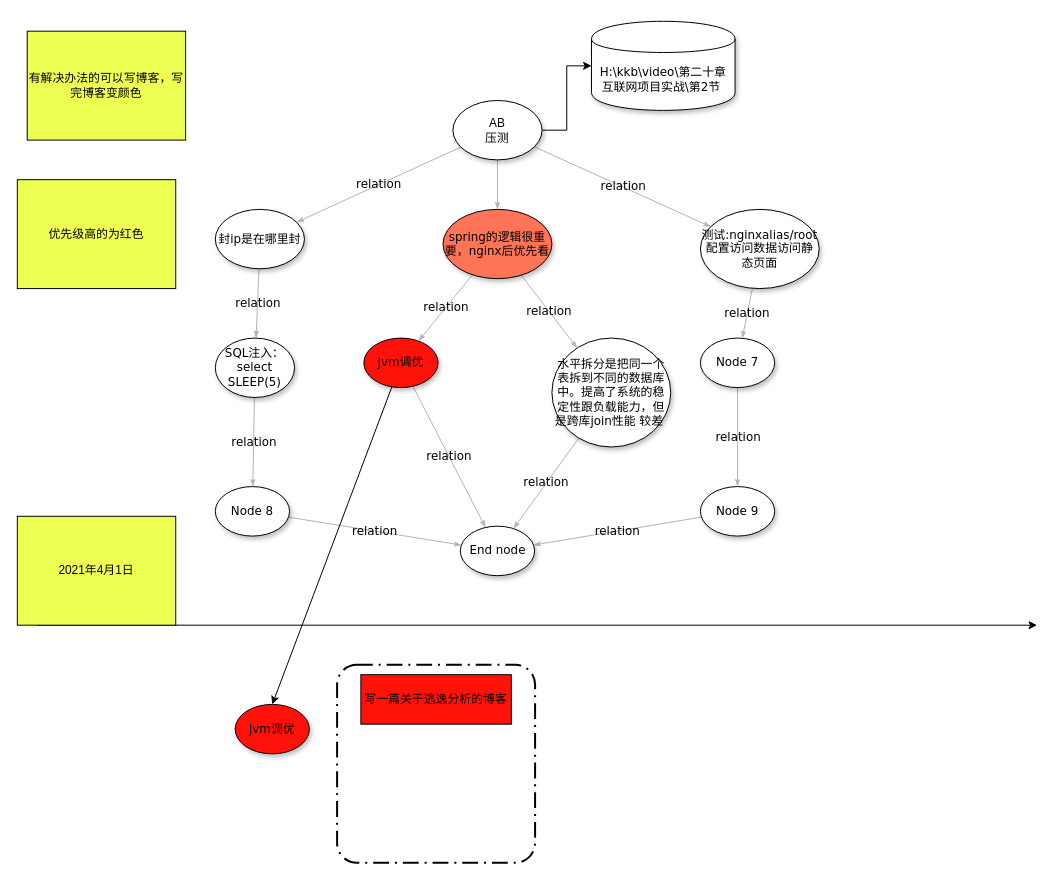
Before: 待办.drawio in pikefeier/diagrams, a draw.io diagram. Source tidied: cells renumbered, new cells numbered last; positions are measured from the earlier drawing's top-left corner, leaving out a move shared by most shapes. Both pictures are drawn from the tidied source at 99%, with x=0, y=0 at pixel (17, 21).
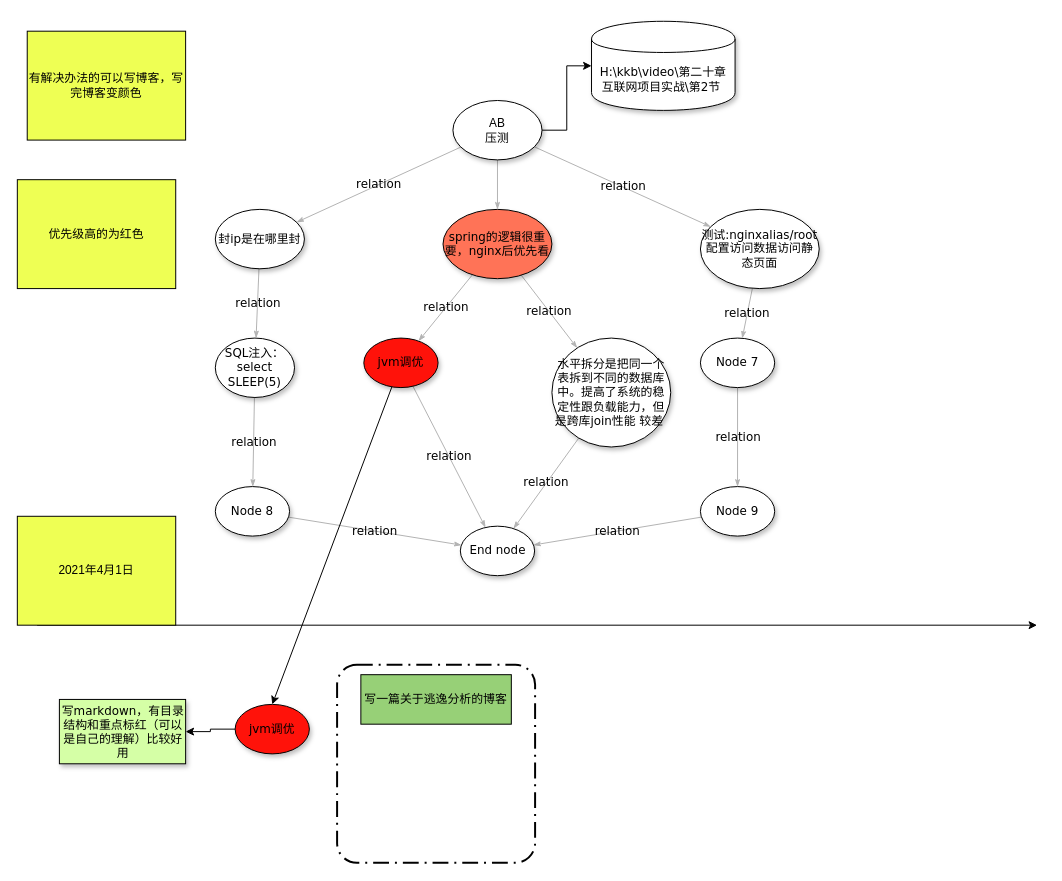
The same diagram, later.

The change refers to these unchanged cells:
```xml
<mxCell id="31" value="&lt;span&gt;jvm调优&lt;/span&gt;" style="ellipse;whiteSpace=wrap;html=1;rounded=0;shadow=1;comic=0;labelBackgroundColor=none;strokeWidth=1;fontFamily=Verdana;fontSize=12;align=center;fillColor=#FF120A;" parent="1" vertex="1">
  <mxGeometry x="220" y="690" width="75" height="50" as="geometry" />
</mxCell>
```

Change to the diagram source:
```diff
@@
+    <mxCell id="36" style="edgeStyle=orthogonalEdgeStyle;rounded=0;jettySize=auto;html=1;" parent="1" edge="1" source="31" target="37">
+      <mxGeometry relative="1" as="geometry" />
+    </mxCell>
@@
-    <mxCell id="34" value="写一篇关于逃逸分析的博客" style="rounded=0;whiteSpace=wrap;html=1;fillColor=#FF120A;" parent="1" vertex="1">
+    <mxCell id="34" value="写一篇关于逃逸分析的博客" style="rounded=0;whiteSpace=wrap;html=1;fillColor=#97D077;" parent="1" vertex="1">
       <mxGeometry x="347" y="660" width="152" height="50" as="geometry" />
     </mxCell>
@@
+    <mxCell id="37" value="写markdown，有目录结构和重点标红（可以是自己的理解）比较好用" style="whiteSpace=wrap;html=1;rounded=0;shadow=1;fontFamily=Verdana;strokeWidth=1;fillColor=#D5FFA6;comic=0;" parent="1" vertex="1">
+      <mxGeometry x="42.5" y="685" width="127.5" height="65" as="geometry" />
+    </mxCell>
```
